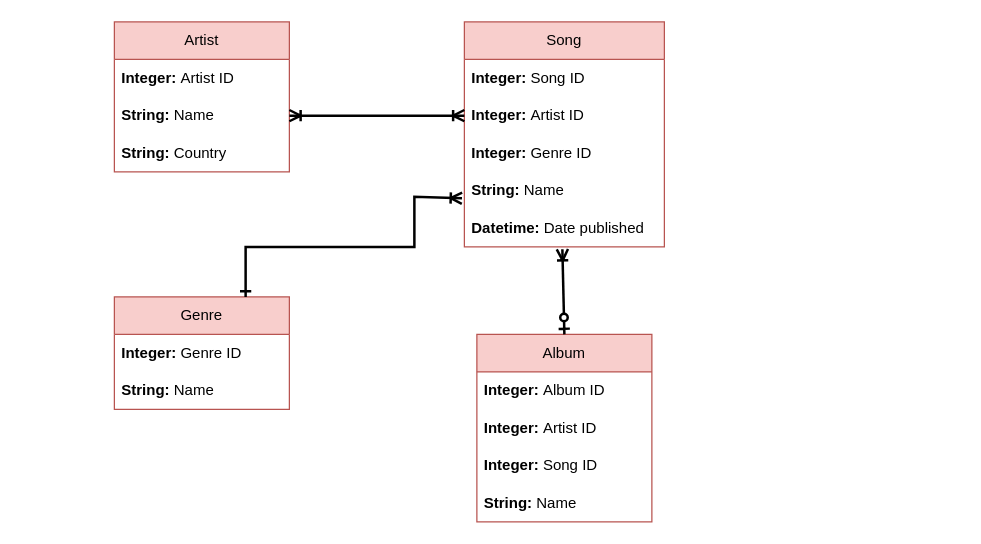
Earlier version of the draw.io diagram Music-api-diagram.drawio (Alkems/Music-api). Source tidied: cells renumbered, new cells numbered last; positions are measured from the earlier drawing's top-left corner, leaving out a move shared by most shapes. Both pictures are drawn from the tidied source at 125%, with x=0, y=0 at pixel (114, 21).
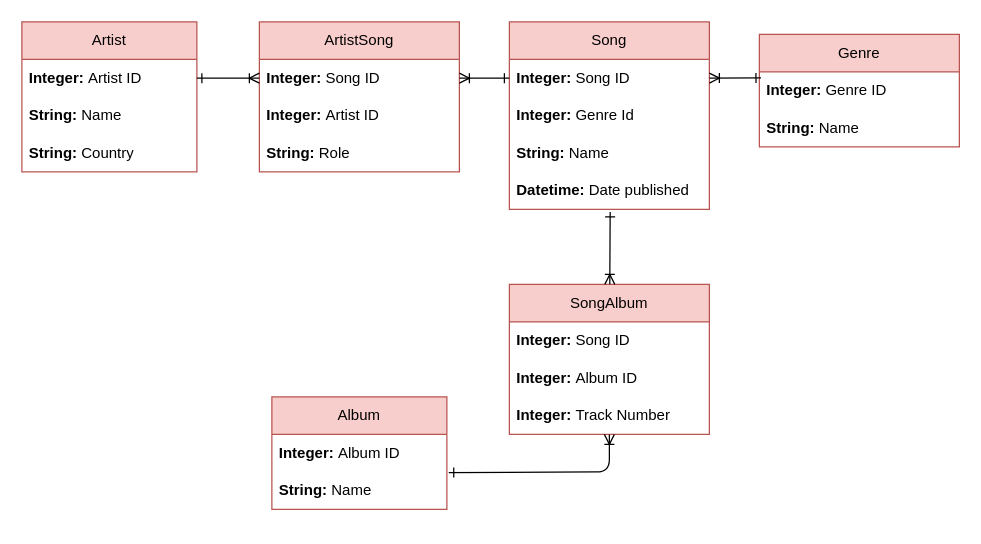
The same page after the edit.

The change refers to these unchanged cells:
```xml
<mxCell id="3" value="&lt;b&gt;Integer: &lt;/b&gt;Artist ID" style="text;strokeColor=none;fillColor=none;align=left;verticalAlign=middle;spacingLeft=4;spacingRight=4;overflow=hidden;points=[[0,0.5],[1,0.5]];portConstraint=eastwest;whiteSpace=wrap;html=1;" parent="2" vertex="1">
  <mxGeometry y="30" width="140" height="30" as="geometry" />
</mxCell>
<mxCell id="4" value="&lt;b&gt;String: &lt;/b&gt;Name" style="text;strokeColor=none;fillColor=none;align=left;verticalAlign=middle;spacingLeft=4;spacingRight=4;overflow=hidden;points=[[0,0.5],[1,0.5]];portConstraint=eastwest;whiteSpace=wrap;html=1;" parent="2" vertex="1">
  <mxGeometry y="60" width="140" height="30" as="geometry" />
</mxCell>
<mxCell id="7" value="&lt;b&gt;Integer: &lt;/b&gt;Song ID" style="text;strokeColor=none;fillColor=none;align=left;verticalAlign=middle;spacingLeft=4;spacingRight=4;overflow=hidden;points=[[0,0.5],[1,0.5]];portConstraint=eastwest;whiteSpace=wrap;html=1;" parent="6" vertex="1">
  <mxGeometry y="30" width="160" height="30" as="geometry" />
</mxCell>
```

What changed in the source:
```diff
@@
     <mxCell id="2" value="Artist" style="swimlane;fontStyle=0;horizontal=1;startSize=30;whiteSpace=wrap;html=1;fillColor=#f8cecc;strokeColor=#b85450;" parent="1" vertex="1">
-      <mxGeometry width="140" height="120" as="geometry" />
+      <mxGeometry x="-74" width="140" height="120" as="geometry" />
     </mxCell>
@@
     <mxCell id="6" value="Song" style="swimlane;fontStyle=0;horizontal=1;startSize=30;whiteSpace=wrap;html=1;fillColor=#f8cecc;strokeColor=#b85450;" parent="1" vertex="1">
-      <mxGeometry x="280" width="160" height="180" as="geometry" />
+      <mxGeometry x="316" width="160" height="150" as="geometry" />
     </mxCell>
@@
-    <mxCell id="8" value="&lt;b&gt;Integer: &lt;/b&gt;Artist ID" style="text;strokeColor=none;fillColor=none;align=left;verticalAlign=middle;spacingLeft=4;spacingRight=4;overflow=hidden;points=[[0,0.5],[1,0.5]];portConstraint=eastwest;whiteSpace=wrap;html=1;" parent="6" vertex="1">
-      <mxGeometry y="60" width="160" height="30" as="geometry" />
-    </mxCell>
-    <mxCell id="9" value="&lt;b&gt;Integer: &lt;/b&gt;Genre ID" style="text;strokeColor=none;fillColor=none;align=left;verticalAlign=middle;spacingLeft=4;spacingRight=4;overflow=hidden;whiteSpace=wrap;html=1;" parent="6" vertex="1">
-      <mxGeometry y="90" width="160" height="30" as="geometry" />
+    <mxCell id="9" value="&lt;b&gt;Integer: &lt;/b&gt;Genre Id" style="text;strokeColor=none;fillColor=none;align=left;verticalAlign=middle;spacingLeft=4;spacingRight=4;overflow=hidden;whiteSpace=wrap;html=1;" parent="6" vertex="1">
+      <mxGeometry y="60" width="160" height="30" as="geometry" />
     </mxCell>
     <mxCell id="10" value="&lt;b&gt;String: &lt;/b&gt;Name" style="text;strokeColor=none;fillColor=none;align=left;verticalAlign=middle;spacingLeft=4;spacingRight=4;overflow=hidden;points=[[0,0.5],[1,0.5]];portConstraint=eastwest;whiteSpace=wrap;html=1;" parent="6" vertex="1">
-      <mxGeometry y="120" width="160" height="30" as="geometry" />
+      <mxGeometry y="90" width="160" height="30" as="geometry" />
     </mxCell>
     <mxCell id="11" value="&lt;b&gt;Datetime: &lt;/b&gt;Date published" style="text;strokeColor=none;fillColor=none;align=left;verticalAlign=middle;spacingLeft=4;spacingRight=4;overflow=hidden;points=[[0,0.5],[1,0.5]];portConstraint=eastwest;whiteSpace=wrap;html=1;" parent="6" vertex="1">
-      <mxGeometry y="150" width="160" height="30" as="geometry" />
+      <mxGeometry y="120" width="160" height="30" as="geometry" />
     </mxCell>
+    <mxCell id="16" value="Album" style="swimlane;fontStyle=0;horizontal=1;startSize=30;whiteSpace=wrap;html=1;fillColor=#f8cecc;strokeColor=#b85450;" parent="1" vertex="1">
+      <mxGeometry x="126" y="300" width="140" height="90" as="geometry" />
+    </mxCell>
+    <mxCell id="17" value="&lt;b&gt;Integer: &lt;/b&gt;Album ID" style="text;strokeColor=none;fillColor=none;align=left;verticalAlign=middle;spacingLeft=4;spacingRight=4;overflow=hidden;whiteSpace=wrap;html=1;" parent="16" vertex="1">
+      <mxGeometry y="30" width="140" height="30" as="geometry" />
+    </mxCell>
+    <mxCell id="20" value="&lt;b&gt;String: &lt;/b&gt;Name" style="text;strokeColor=none;fillColor=none;align=left;verticalAlign=middle;spacingLeft=4;spacingRight=4;overflow=hidden;whiteSpace=wrap;html=1;" parent="16" vertex="1">
+      <mxGeometry y="60" width="140" height="30" as="geometry" />
+    </mxCell>
+    <mxCell id="23" value="ArtistSong" style="swimlane;fontStyle=0;horizontal=1;startSize=30;whiteSpace=wrap;html=1;fillColor=#f8cecc;strokeColor=#b85450;" parent="1" vertex="1">
+      <mxGeometry x="116" width="160" height="120" as="geometry" />
+    </mxCell>
+    <mxCell id="19" value="&lt;b&gt;Integer: &lt;/b&gt;Song ID" style="text;strokeColor=none;fillColor=none;align=left;verticalAlign=middle;spacingLeft=4;spacingRight=4;overflow=hidden;points=[[0,0.5],[1,0.5]];portConstraint=eastwest;whiteSpace=wrap;html=1;" parent="23" vertex="1">
+      <mxGeometry y="30" width="160" height="30" as="geometry" />
+    </mxCell>
+    <mxCell id="8" value="&lt;b&gt;Integer: &lt;/b&gt;Artist ID" style="text;strokeColor=none;fillColor=none;align=left;verticalAlign=middle;spacingLeft=4;spacingRight=4;overflow=hidden;points=[[0,0.5],[1,0.5]];portConstraint=eastwest;whiteSpace=wrap;html=1;" parent="23" vertex="1">
+      <mxGeometry y="60" width="160" height="30" as="geometry" />
+    </mxCell>
+    <mxCell id="24" value="&lt;b&gt;String: &lt;/b&gt;Role" style="text;strokeColor=none;fillColor=none;align=left;verticalAlign=middle;spacingLeft=4;spacingRight=4;overflow=hidden;whiteSpace=wrap;html=1;" parent="23" vertex="1">
+      <mxGeometry y="90" width="160" height="30" as="geometry" />
+    </mxCell>
+    <mxCell id="25" value="SongAlbum" style="swimlane;fontStyle=0;horizontal=1;startSize=30;whiteSpace=wrap;html=1;fillColor=#f8cecc;strokeColor=#b85450;" parent="1" vertex="1">
+      <mxGeometry x="316" y="210" width="160" height="120" as="geometry" />
+    </mxCell>
+    <mxCell id="26" value="&lt;b&gt;Integer: &lt;/b&gt;Song&amp;nbsp;ID" style="text;strokeColor=none;fillColor=none;align=left;verticalAlign=middle;spacingLeft=4;spacingRight=4;overflow=hidden;whiteSpace=wrap;html=1;" parent="25" vertex="1">
+      <mxGeometry y="30" width="160" height="30" as="geometry" />
+    </mxCell>
+    <mxCell id="27" value="&lt;b&gt;Integer: &lt;/b&gt;Album&amp;nbsp;ID" style="text;strokeColor=none;fillColor=none;align=left;verticalAlign=middle;spacingLeft=4;spacingRight=4;overflow=hidden;whiteSpace=wrap;html=1;" parent="25" vertex="1">
+      <mxGeometry y="60" width="160" height="30" as="geometry" />
+    </mxCell>
+    <mxCell id="28" style="edgeStyle=none;html=1;exitX=0.5;exitY=1;exitDx=0;exitDy=0;entryX=0.497;entryY=1.067;entryDx=0;entryDy=0;entryPerimeter=0;exitPerimeter=0;endArrow=ERone;endFill=0;startArrow=ERoneToMany;startFill=0;" parent="25" edge="1" source="29">
+      <mxGeometry relative="1" as="geometry">
+        <mxPoint x="-48.5" y="150.6" as="targetPoint" />
+        <Array as="points">
+          <mxPoint x="80" y="150" />
+        </Array>
+      </mxGeometry>
+    </mxCell>
+    <mxCell id="29" value="&lt;b&gt;Integer: &lt;/b&gt;Track Number" style="text;strokeColor=none;fillColor=none;align=left;verticalAlign=middle;spacingLeft=4;spacingRight=4;overflow=hidden;points=[[0,0.5],[1,0.5]];portConstraint=eastwest;whiteSpace=wrap;html=1;" parent="25" vertex="1">
+      <mxGeometry y="90" width="160" height="30" as="geometry" />
+    </mxCell>
+    <mxCell id="30" style="edgeStyle=none;html=1;exitX=0;exitY=0.5;exitDx=0;exitDy=0;entryX=1;entryY=0.5;entryDx=0;entryDy=0;startArrow=ERoneToMany;startFill=0;endArrow=ERone;endFill=0;" parent="1" edge="1" source="19" target="3">
+      <mxGeometry relative="1" as="geometry" />
+    </mxCell>
+    <mxCell id="31" style="edgeStyle=none;html=1;exitX=0;exitY=0.5;exitDx=0;exitDy=0;entryX=1;entryY=0.5;entryDx=0;entryDy=0;startArrow=ERone;startFill=0;endArrow=ERoneToMany;endFill=0;" parent="1" edge="1" source="7" target="19">
+      <mxGeometry relative="1" as="geometry" />
+    </mxCell>
     <mxCell id="12" value="Genre" style="swimlane;fontStyle=0;horizontal=1;startSize=30;whiteSpace=wrap;html=1;fillColor=#f8cecc;strokeColor=#b85450;" parent="1" vertex="1">
-      <mxGeometry y="220" width="140" height="90" as="geometry" />
+      <mxGeometry x="516" y="10" width="160" height="90" as="geometry" />
     </mxCell>
-    <mxCell id="13" value="&lt;b&gt;Integer: &lt;/b&gt;Genre ID" style="text;strokeColor=none;fillColor=none;align=left;verticalAlign=middle;spacingLeft=4;spacingRight=4;overflow=hidden;points=[[0,0.5],[1,0.5]];portConstraint=eastwest;whiteSpace=wrap;html=1;" parent="12" vertex="1">
-      <mxGeometry y="30" width="140" height="30" as="geometry" />
+    <mxCell id="13" value="&lt;b&gt;Integer: &lt;/b&gt;Genre&amp;nbsp;ID" style="text;strokeColor=none;fillColor=none;align=left;verticalAlign=middle;spacingLeft=4;spacingRight=4;overflow=hidden;points=[[0,0.5],[1,0.5]];portConstraint=eastwest;whiteSpace=wrap;html=1;" parent="12" vertex="1">
+      <mxGeometry y="30" width="160" height="30" as="geometry" />
     </mxCell>
     <mxCell id="14" value="&lt;b&gt;String: &lt;/b&gt;Name" style="text;strokeColor=none;fillColor=none;align=left;verticalAlign=middle;spacingLeft=4;spacingRight=4;overflow=hidden;whiteSpace=wrap;html=1;" parent="12" vertex="1">
-      <mxGeometry y="60" width="140" height="30" as="geometry" />
+      <mxGeometry y="60" width="160" height="30" as="geometry" />
     </mxCell>
-    <mxCell id="15" style="endArrow=ERoneToMany;html=1;rounded=0;exitX=1;exitY=0.5;exitDx=0;exitDy=0;strokeWidth=2;endFill=0;startArrow=ERoneToMany;startFill=0;entryX=0;entryY=0.5;entryDx=0;entryDy=0;" parent="1" edge="1" source="4" target="8">
-      <mxGeometry relative="1" as="geometry" />
-    </mxCell>
-    <mxCell id="16" value="Album" style="swimlane;fontStyle=0;horizontal=1;startSize=30;whiteSpace=wrap;html=1;fillColor=#f8cecc;strokeColor=#b85450;" parent="1" vertex="1">
-      <mxGeometry x="290" y="250" width="140" height="150" as="geometry" />
-    </mxCell>
-    <mxCell id="17" value="&lt;b&gt;Integer: &lt;/b&gt;Album ID" style="text;strokeColor=none;fillColor=none;align=left;verticalAlign=middle;spacingLeft=4;spacingRight=4;overflow=hidden;whiteSpace=wrap;html=1;" parent="16" vertex="1">
-      <mxGeometry y="30" width="140" height="30" as="geometry" />
-    </mxCell>
-    <mxCell id="18" value="&lt;b&gt;Integer: &lt;/b&gt;Artist ID" style="text;strokeColor=none;fillColor=none;align=left;verticalAlign=middle;spacingLeft=4;spacingRight=4;overflow=hidden;whiteSpace=wrap;html=1;" parent="16" vertex="1">
-      <mxGeometry y="60" width="140" height="30" as="geometry" />
-    </mxCell>
-    <mxCell id="19" value="&lt;b&gt;Integer: &lt;/b&gt;Song ID" style="text;strokeColor=none;fillColor=none;align=left;verticalAlign=middle;spacingLeft=4;spacingRight=4;overflow=hidden;points=[[0,0.5],[1,0.5]];portConstraint=eastwest;whiteSpace=wrap;html=1;" parent="16" vertex="1">
-      <mxGeometry y="90" width="140" height="30" as="geometry" />
-    </mxCell>
-    <mxCell id="20" value="&lt;b&gt;String: &lt;/b&gt;Name" style="text;strokeColor=none;fillColor=none;align=left;verticalAlign=middle;spacingLeft=4;spacingRight=4;overflow=hidden;whiteSpace=wrap;html=1;" parent="16" vertex="1">
-      <mxGeometry y="120" width="140" height="30" as="geometry" />
-    </mxCell>
-    <mxCell id="21" style="endArrow=ERzeroToOne;html=1;rounded=0;exitX=0.49;exitY=1.062;exitDx=0;exitDy=0;strokeWidth=2;endFill=0;startArrow=ERoneToMany;startFill=0;entryX=0.5;entryY=0;entryDx=0;entryDy=0;exitPerimeter=0;" parent="1" edge="1" source="11" target="16">
-      <mxGeometry relative="1" as="geometry" />
-    </mxCell>
-    <mxCell id="22" style="endArrow=ERone;html=1;rounded=0;exitX=-0.012;exitY=0.706;exitDx=0;exitDy=0;strokeWidth=2;endFill=0;startArrow=ERoneToMany;startFill=0;entryX=0.75;entryY=0;entryDx=0;entryDy=0;exitPerimeter=0;" parent="1" edge="1" source="10" target="12">
-      <mxGeometry relative="1" as="geometry">
-        <Array as="points">
-          <mxPoint x="240" y="140" />
-          <mxPoint x="240" y="180" />
-          <mxPoint x="105" y="180" />
-        </Array>
-      </mxGeometry>
-    </mxCell>
+    <mxCell id="32" style="edgeStyle=none;html=1;exitX=1;exitY=0.5;exitDx=0;exitDy=0;entryX=0.008;entryY=0.162;entryDx=0;entryDy=0;entryPerimeter=0;startArrow=ERoneToMany;startFill=0;endArrow=ERone;endFill=0;" parent="1" edge="1" source="7" target="13">
+      <mxGeometry relative="1" as="geometry" />
+    </mxCell>
+    <mxCell id="33" style="edgeStyle=none;html=1;startArrow=ERone;startFill=0;endArrow=ERoneToMany;endFill=0;exitX=0.504;exitY=1.067;exitDx=0;exitDy=0;exitPerimeter=0;" parent="1" edge="1" source="11" target="25">
+      <mxGeometry relative="1" as="geometry" />
+    </mxCell>
```
